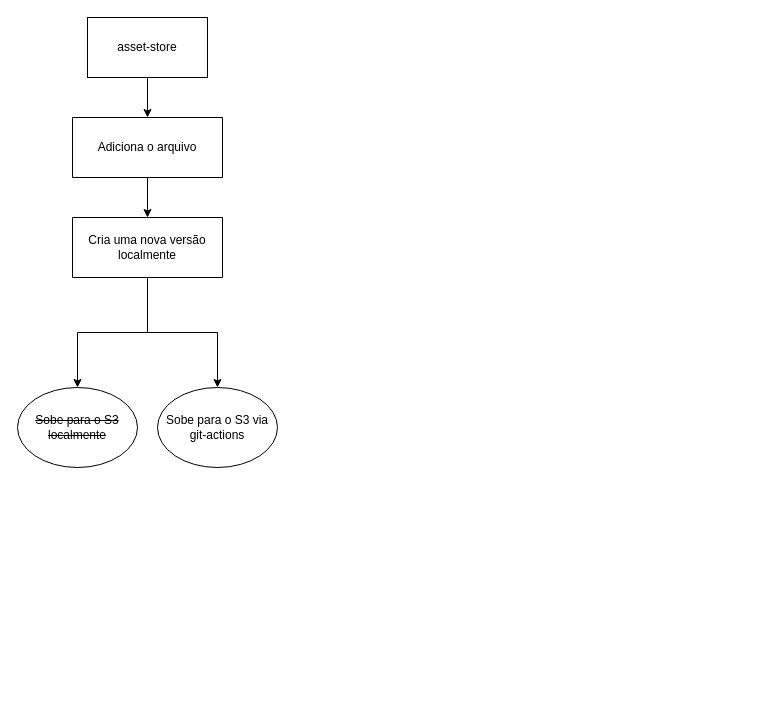
Above: Diagrama sem nome.drawio in CesarRiello/cesarriello.github.io (draw.io), before the change. Source tidied: cells renumbered, new cells numbered last; positions are measured from the earlier drawing's top-left corner, leaving out a move shared by most shapes. Both pictures are drawn from the tidied source at 100%, with x=0, y=0 at pixel (17, 17).
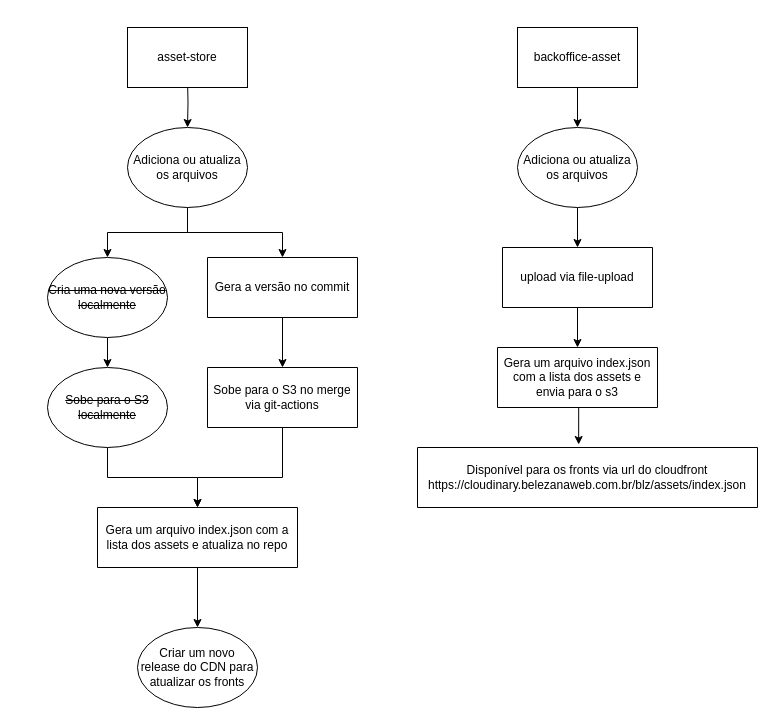
The same page after the edit.

What changed in the source:
```diff
@@
-    <mxCell id="2" style="edgeStyle=orthogonalEdgeStyle;rounded=0;jettySize=auto;html=1;entryX=0.5;entryY=0;entryDx=0;entryDy=0;" parent="1" edge="1" source="3" target="5">
-      <mxGeometry relative="1" as="geometry" />
-    </mxCell>
+    <mxCell id="11" style="edgeStyle=orthogonalEdgeStyle;rounded=0;jettySize=auto;html=1;entryX=0.5;entryY=0;entryDx=0;entryDy=0;" parent="1" edge="1" target="18">
+      <mxGeometry relative="1" as="geometry">
+        <mxPoint x="170" y="60" as="sourcePoint" />
+      </mxGeometry>
+    </mxCell>
+    <mxCell id="12" style="edgeStyle=orthogonalEdgeStyle;rounded=0;jettySize=auto;html=1;entryX=0.5;entryY=0;entryDx=0;entryDy=0;" parent="1" edge="1" source="6" target="22">
+      <mxGeometry relative="1" as="geometry" />
+    </mxCell>
+    <mxCell id="6" value="&lt;strike&gt;Sobe para o S3 localmente&lt;/strike&gt;" style="ellipse;whiteSpace=wrap;html=1;" parent="1" vertex="1">
+      <mxGeometry x="30" y="350" width="120" height="80" as="geometry" />
+    </mxCell>
+    <mxCell id="13" style="edgeStyle=orthogonalEdgeStyle;rounded=0;jettySize=auto;html=1;entryX=0.5;entryY=0;entryDx=0;entryDy=0;" parent="1" edge="1" source="10" target="20">
+      <mxGeometry relative="1" as="geometry" />
+    </mxCell>
+    <mxCell id="10" value="Gera a versão no commit" style="shape=trapezoid;perimeter=trapezoidPerimeter;whiteSpace=wrap;html=1;fixedSize=1;size=-5;" parent="1" vertex="1">
+      <mxGeometry x="190" y="240" width="150" height="60" as="geometry" />
+    </mxCell>
+    <mxCell id="14" style="edgeStyle=orthogonalEdgeStyle;rounded=0;jettySize=auto;html=1;" parent="1" edge="1" source="15" target="6">
+      <mxGeometry relative="1" as="geometry" />
+    </mxCell>
+    <mxCell id="15" value="&lt;strike&gt;Cria uma nova versão localmente&lt;/strike&gt;" style="ellipse;whiteSpace=wrap;html=1;" parent="1" vertex="1">
+      <mxGeometry x="30" y="240" width="120" height="80" as="geometry" />
+    </mxCell>
+    <mxCell id="16" style="edgeStyle=orthogonalEdgeStyle;rounded=0;jettySize=auto;html=1;entryX=0.5;entryY=0;entryDx=0;entryDy=0;" parent="1" edge="1" source="18" target="15">
+      <mxGeometry relative="1" as="geometry" />
+    </mxCell>
+    <mxCell id="17" style="edgeStyle=orthogonalEdgeStyle;rounded=0;jettySize=auto;html=1;entryX=0.5;entryY=0;entryDx=0;entryDy=0;" parent="1" edge="1" source="18" target="10">
+      <mxGeometry relative="1" as="geometry" />
+    </mxCell>
+    <mxCell id="18" value="Adiciona ou atualiza os arquivos" style="ellipse;whiteSpace=wrap;html=1;" parent="1" vertex="1">
+      <mxGeometry x="110" y="110" width="120" height="80" as="geometry" />
+    </mxCell>
+    <mxCell id="19" style="edgeStyle=orthogonalEdgeStyle;rounded=0;jettySize=auto;html=1;entryX=0.5;entryY=0;entryDx=0;entryDy=0;" parent="1" edge="1" source="20" target="22">
+      <mxGeometry relative="1" as="geometry">
+        <Array as="points">
+          <mxPoint x="265" y="460" />
+          <mxPoint x="180" y="460" />
+        </Array>
+      </mxGeometry>
+    </mxCell>
+    <mxCell id="20" value="Sobe para o S3 no merge via git-actions" style="shape=trapezoid;perimeter=trapezoidPerimeter;whiteSpace=wrap;html=1;fixedSize=1;size=-5;" parent="1" vertex="1">
+      <mxGeometry x="190" y="350" width="150" height="60" as="geometry" />
+    </mxCell>
+    <mxCell id="21" style="edgeStyle=orthogonalEdgeStyle;rounded=0;jettySize=auto;html=1;" parent="1" edge="1" source="22" target="23">
+      <mxGeometry relative="1" as="geometry" />
+    </mxCell>
+    <mxCell id="22" value="Gera um arquivo index.json com a lista dos assets e atualiza no repo" style="shape=trapezoid;perimeter=trapezoidPerimeter;whiteSpace=wrap;html=1;fixedSize=1;size=-5;" parent="1" vertex="1">
+      <mxGeometry x="80" y="490" width="200" height="60" as="geometry" />
+    </mxCell>
+    <mxCell id="23" value="Criar um novo release do CDN para atualizar os fronts" style="ellipse;whiteSpace=wrap;html=1;" parent="1" vertex="1">
+      <mxGeometry x="120" y="610" width="120" height="80" as="geometry" />
+    </mxCell>
     <mxCell id="3" value="asset-store" style="rounded=0;whiteSpace=wrap;html=1;" parent="1" vertex="1">
-      <mxGeometry x="70" width="120" height="60" as="geometry" />
+      <mxGeometry x="110" y="10" width="120" height="60" as="geometry" />
     </mxCell>
-    <mxCell id="4" style="edgeStyle=orthogonalEdgeStyle;rounded=0;jettySize=auto;html=1;entryX=0.5;entryY=0;entryDx=0;entryDy=0;" parent="1" edge="1" source="5" target="10">
-      <mxGeometry relative="1" as="geometry" />
-    </mxCell>
-    <mxCell id="5" value="Adiciona o arquivo" style="shape=trapezoid;perimeter=trapezoidPerimeter;whiteSpace=wrap;html=1;fixedSize=1;size=-5;" parent="1" vertex="1">
-      <mxGeometry x="55" y="100" width="150" height="60" as="geometry" />
-    </mxCell>
-    <mxCell id="6" value="&lt;strike&gt;Sobe para o S3 localmente&lt;/strike&gt;" style="ellipse;whiteSpace=wrap;html=1;" parent="1" vertex="1">
-      <mxGeometry y="370" width="120" height="80" as="geometry" />
-    </mxCell>
-    <mxCell id="7" value="Sobe para o S3 via git-actions" style="ellipse;whiteSpace=wrap;html=1;" parent="1" vertex="1">
-      <mxGeometry x="140" y="370" width="120" height="80" as="geometry" />
-    </mxCell>
-    <mxCell id="8" style="edgeStyle=orthogonalEdgeStyle;rounded=0;jettySize=auto;html=1;" parent="1" edge="1" source="10" target="6">
-      <mxGeometry relative="1" as="geometry" />
-    </mxCell>
-    <mxCell id="9" style="edgeStyle=orthogonalEdgeStyle;rounded=0;jettySize=auto;html=1;" parent="1" edge="1" source="10" target="7">
-      <mxGeometry relative="1" as="geometry" />
-    </mxCell>
-    <mxCell id="10" value="Cria uma nova versão localmente" style="shape=trapezoid;perimeter=trapezoidPerimeter;whiteSpace=wrap;html=1;fixedSize=1;size=-5;" parent="1" vertex="1">
-      <mxGeometry x="55" y="200" width="150" height="60" as="geometry" />
-    </mxCell>
+    <mxCell id="24" style="edgeStyle=orthogonalEdgeStyle;rounded=0;jettySize=auto;html=1;entryX=0.5;entryY=0;entryDx=0;entryDy=0;" parent="1" edge="1" source="25" target="27">
+      <mxGeometry relative="1" as="geometry" />
+    </mxCell>
+    <mxCell id="25" value="backoffice-asset" style="rounded=0;whiteSpace=wrap;html=1;" parent="1" vertex="1">
+      <mxGeometry x="500" y="10" width="120" height="60" as="geometry" />
+    </mxCell>
+    <mxCell id="26" style="edgeStyle=orthogonalEdgeStyle;rounded=0;jettySize=auto;html=1;entryX=0.5;entryY=0;entryDx=0;entryDy=0;" parent="1" edge="1" source="27" target="29">
+      <mxGeometry relative="1" as="geometry" />
+    </mxCell>
+    <mxCell id="27" value="Adiciona ou atualiza os arquivos" style="ellipse;whiteSpace=wrap;html=1;" parent="1" vertex="1">
+      <mxGeometry x="500" y="110" width="120" height="80" as="geometry" />
+    </mxCell>
+    <mxCell id="28" style="edgeStyle=orthogonalEdgeStyle;rounded=0;jettySize=auto;html=1;entryX=0.5;entryY=0;entryDx=0;entryDy=0;" parent="1" edge="1" source="29" target="30">
+      <mxGeometry relative="1" as="geometry" />
+    </mxCell>
+    <mxCell id="29" value="upload via file-upload" style="shape=trapezoid;perimeter=trapezoidPerimeter;whiteSpace=wrap;html=1;fixedSize=1;size=-5;" parent="1" vertex="1">
+      <mxGeometry x="485" y="230" width="150" height="60" as="geometry" />
+    </mxCell>
+    <mxCell id="30" value="Gera um arquivo index.json com a lista dos assets e envia para o s3" style="shape=trapezoid;perimeter=trapezoidPerimeter;whiteSpace=wrap;html=1;fixedSize=1;size=-5;" parent="1" vertex="1">
+      <mxGeometry x="480" y="330" width="160" height="60" as="geometry" />
+    </mxCell>
+    <mxCell id="31" value="Disponível para os fronts via url do cloudfront&lt;br&gt;https://cloudinary.belezanaweb.com.br/blz/assets/index.json" style="shape=trapezoid;perimeter=trapezoidPerimeter;whiteSpace=wrap;html=1;fixedSize=1;size=-5;" parent="1" vertex="1">
+      <mxGeometry x="400" y="430" width="340" height="60" as="geometry" />
+    </mxCell>
+    <mxCell id="32" style="edgeStyle=orthogonalEdgeStyle;rounded=0;jettySize=auto;html=1;exitX=0.5;exitY=1;exitDx=0;exitDy=0;entryX=0.474;entryY=-0.05;entryDx=0;entryDy=0;entryPerimeter=0;" parent="1" edge="1" source="30" target="31">
+      <mxGeometry relative="1" as="geometry" />
+    </mxCell>
```
